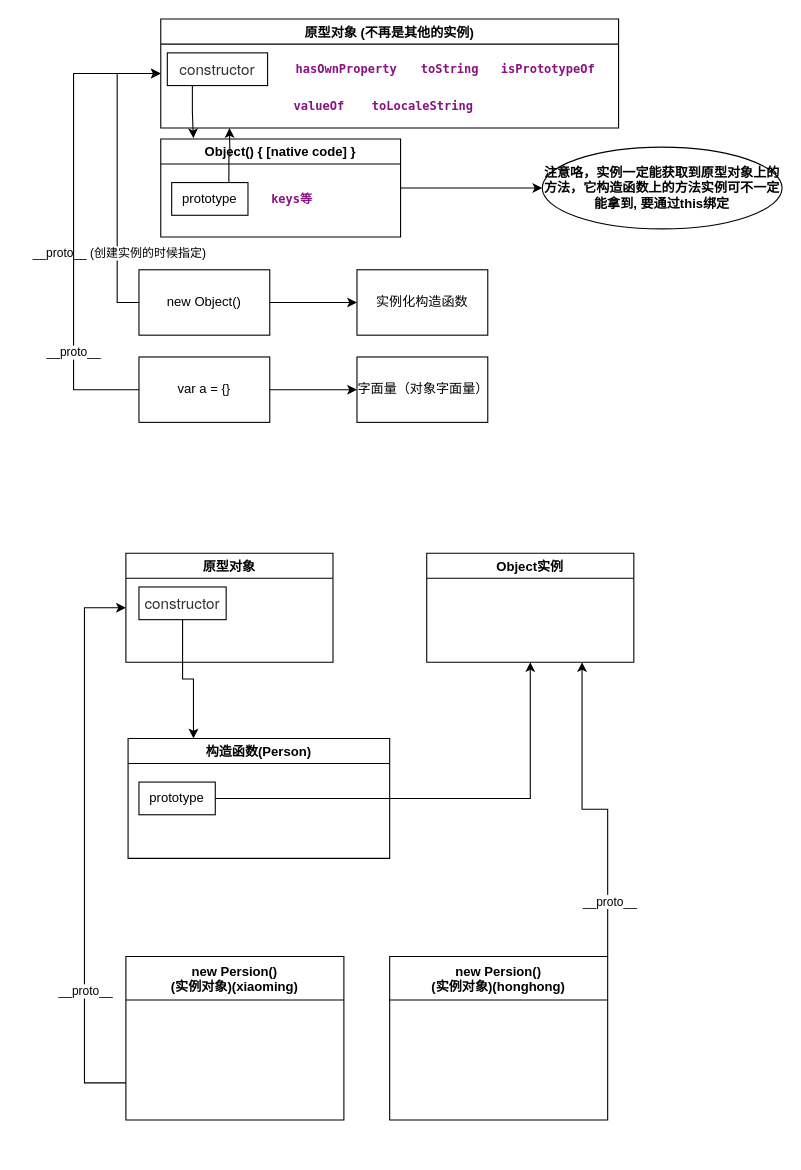
Before: page "如何理解" (4 of 4) of Untitled Diagram.drawio in clevok/static, a draw.io diagram. Source tidied: cells renumbered, new cells numbered last; positions are measured from the earlier drawing's top-left corner, leaving out a move shared by most shapes. Both pictures are drawn from the tidied source at 109%, with x=0, y=0 at pixel (73, 19).
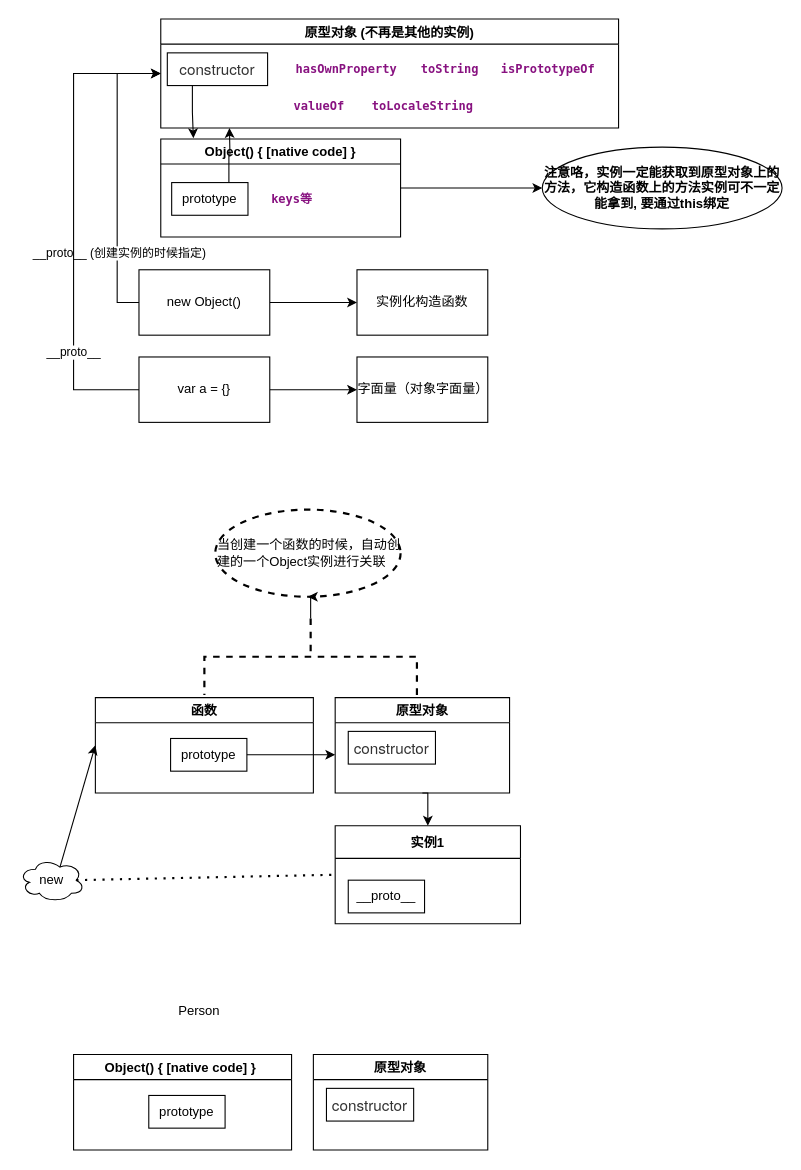
Above is the later version.

Unchanged cells that the change refers to:
```xml
<mxCell id="29" value="&lt;span style=&quot;color: rgb(51 , 51 , 51) ; font-family: &amp;#34;pingfang sc&amp;#34; , &amp;#34;microsoft yahei&amp;#34; , &amp;#34;helvetica neue&amp;#34; , &amp;#34;helvetica&amp;#34; , &amp;#34;arial&amp;#34; , sans-serif ; font-size: 14px ; background-color: rgb(255 , 255 , 255)&quot;&gt;constructor&lt;/span&gt;" style="whiteSpace=wrap;html=1;" parent="28" vertex="1">
  <mxGeometry x="12" y="31" width="80" height="30" as="geometry" />
</mxCell>
```

Change to the diagram source:
```diff
@@
-    <mxCell id="26" value="构造函数(Person)" style="swimlane;" parent="1" vertex="1">
-      <mxGeometry x="50" y="660" width="240" height="110" as="geometry" />
+    <mxCell id="26" value="函数" style="swimlane;" parent="1" vertex="1">
+      <mxGeometry x="20" y="622.5" width="200" height="87.5" as="geometry" />
     </mxCell>
     <mxCell id="27" value="prototype" style="whiteSpace=wrap;html=1;" parent="26" vertex="1">
-      <mxGeometry x="10" y="40" width="70" height="30" as="geometry" />
+      <mxGeometry x="69" y="37.5" width="70" height="30" as="geometry" />
     </mxCell>
+    <mxCell id="39" style="edgeStyle=orthogonalEdgeStyle;rounded=0;jettySize=auto;html=1;exitX=0.5;exitY=1;exitDx=0;exitDy=0;entryX=0.5;entryY=0;entryDx=0;entryDy=0;" parent="1" edge="1" source="28" target="35">
+      <mxGeometry relative="1" as="geometry" />
+    </mxCell>
     <mxCell id="28" value="原型对象" style="swimlane;" parent="1" vertex="1">
-      <mxGeometry x="48" y="490" width="190" height="100" as="geometry" />
+      <mxGeometry x="240" y="622.5" width="160" height="87.5" as="geometry" />
     </mxCell>
@@
-    <mxCell id="30" style="edgeStyle=orthogonalEdgeStyle;rounded=0;jettySize=auto;html=1;exitX=1;exitY=0.5;exitDx=0;exitDy=0;entryX=0.5;entryY=1;entryDx=0;entryDy=0;" parent="1" edge="1" source="27" target="38">
-      <mxGeometry relative="1" as="geometry" />
-    </mxCell>
-    <mxCell id="31" value="new Persion()&#10;(实例对象)(xiaoming)" style="swimlane;startSize=40;" parent="1" vertex="1">
-      <mxGeometry x="48" y="860" width="200" height="150" as="geometry" />
-    </mxCell>
-    <mxCell id="32" style="edgeStyle=orthogonalEdgeStyle;rounded=0;jettySize=auto;html=1;exitX=0.5;exitY=1;exitDx=0;exitDy=0;entryX=0.25;entryY=0;entryDx=0;entryDy=0;" parent="1" edge="1" source="29" target="26">
-      <mxGeometry relative="1" as="geometry" />
-    </mxCell>
-    <mxCell id="33" style="edgeStyle=orthogonalEdgeStyle;rounded=0;jettySize=auto;html=1;entryX=0;entryY=0.5;entryDx=0;entryDy=0;" parent="1" edge="1" target="28">
-      <mxGeometry relative="1" as="geometry">
-        <mxPoint x="48" y="976" as="sourcePoint" />
-        <Array as="points">
-          <mxPoint x="10" y="976" />
-          <mxPoint x="10" y="540" />
-        </Array>
-      </mxGeometry>
-    </mxCell>
-    <mxCell id="34" value="__proto__" style="edgeLabel;html=1;align=center;verticalAlign=middle;" parent="33" vertex="1">
-      <mxGeometry x="-0.52" relative="1" as="geometry" />
-    </mxCell>
-    <mxCell id="35" value="new Persion()&#10;(实例对象)(honghong)" style="swimlane;startSize=40;" parent="1" vertex="1">
-      <mxGeometry x="290" y="860" width="200" height="150" as="geometry" />
+    <mxCell id="35" value="实例1" style="swimlane;startSize=30;" parent="1" vertex="1">
+      <mxGeometry x="240" y="740" width="170" height="90" as="geometry" />
     </mxCell>
-    <mxCell id="36" style="edgeStyle=orthogonalEdgeStyle;rounded=0;jettySize=auto;html=1;exitX=1;exitY=0;exitDx=0;exitDy=0;entryX=0.75;entryY=1;entryDx=0;entryDy=0;" parent="1" edge="1" source="35" target="38">
-      <mxGeometry relative="1" as="geometry" />
-    </mxCell>
-    <mxCell id="37" value="__proto__" style="edgeLabel;html=1;align=center;verticalAlign=middle;" parent="36" vertex="1">
-      <mxGeometry x="-0.65" y="-1" relative="1" as="geometry" />
-    </mxCell>
-    <mxCell id="38" value="Object实例" style="swimlane;" parent="1" vertex="1">
-      <mxGeometry x="324" y="490" width="190" height="100" as="geometry" />
-    </mxCell>
+    <mxCell id="40" value="__proto__" style="whiteSpace=wrap;html=1;" parent="35" vertex="1">
+      <mxGeometry x="12" y="50" width="70" height="30" as="geometry" />
+    </mxCell>
+    <mxCell id="41" value="new" style="ellipse;shape=cloud;whiteSpace=wrap;html=1;" parent="1" vertex="1">
+      <mxGeometry x="-50" y="770" width="60" height="40" as="geometry" />
+    </mxCell>
+    <mxCell id="42" style="endArrow=classic;html=1;rounded=0;exitX=0.625;exitY=0.2;exitDx=0;exitDy=0;exitPerimeter=0;entryX=0;entryY=0.5;entryDx=0;entryDy=0;" parent="1" edge="1" source="41" target="26">
+      <mxGeometry relative="1" as="geometry" />
+    </mxCell>
+    <mxCell id="43" style="edgeStyle=orthogonalEdgeStyle;rounded=0;jettySize=auto;html=1;exitX=1;exitY=0.5;exitDx=0;exitDy=0;" parent="1" edge="1" source="27">
+      <mxGeometry relative="1" as="geometry">
+        <mxPoint x="240" y="675" as="targetPoint" />
+      </mxGeometry>
+    </mxCell>
+    <mxCell id="44" style="endArrow=none;dashed=1;html=1;dashPattern=1 3;strokeWidth=2;rounded=0;exitX=0.875;exitY=0.5;exitDx=0;exitDy=0;exitPerimeter=0;entryX=0;entryY=0.5;entryDx=0;entryDy=0;" parent="1" edge="1" source="41" target="35">
+      <mxGeometry relative="1" as="geometry" />
+    </mxCell>
+    <mxCell id="45" style="edgeStyle=orthogonalEdgeStyle;rounded=0;jettySize=auto;html=1;" parent="1" edge="1" source="46" target="47">
+      <mxGeometry relative="1" as="geometry" />
+    </mxCell>
+    <mxCell id="46" style="strokeWidth=2;html=1;shape=mxgraph.flowchart.annotation_2;align=left;labelPosition=right;dashed=1;fillColor=none;rotation=90;" parent="1" vertex="1">
+      <mxGeometry x="182.5" y="487.5" width="70" height="195" as="geometry" />
+    </mxCell>
+    <mxCell id="47" value="当创建一个函数的时候，自动创建的一个Object实例进行关联" style="ellipse;whiteSpace=wrap;html=1;align=left;fillColor=none;strokeWidth=2;dashed=1;" parent="1" vertex="1">
+      <mxGeometry x="130" y="450" width="170" height="80" as="geometry" />
+    </mxCell>
+    <mxCell id="48" value="Person" style="text;html=1;align=center;verticalAlign=middle;strokeColor=none;fillColor=none;" parent="1" vertex="1">
+      <mxGeometry x="90" y="900" width="50" height="20" as="geometry" />
+    </mxCell>
+    <mxCell id="49" value="Object() { [native code] } " style="swimlane;startSize=23;" parent="1" vertex="1">
+      <mxGeometry y="950" width="200" height="87.5" as="geometry" />
+    </mxCell>
+    <mxCell id="50" value="prototype" style="whiteSpace=wrap;html=1;" parent="49" vertex="1">
+      <mxGeometry x="69" y="37.5" width="70" height="30" as="geometry" />
+    </mxCell>
+    <mxCell id="51" value="原型对象" style="swimlane;" parent="1" vertex="1">
+      <mxGeometry x="220" y="950" width="160" height="87.5" as="geometry" />
+    </mxCell>
+    <mxCell id="52" value="&lt;span style=&quot;color: rgb(51 , 51 , 51) ; font-family: &amp;#34;pingfang sc&amp;#34; , &amp;#34;microsoft yahei&amp;#34; , &amp;#34;helvetica neue&amp;#34; , &amp;#34;helvetica&amp;#34; , &amp;#34;arial&amp;#34; , sans-serif ; font-size: 14px ; background-color: rgb(255 , 255 , 255)&quot;&gt;constructor&lt;/span&gt;" style="whiteSpace=wrap;html=1;" parent="51" vertex="1">
+      <mxGeometry x="12" y="31" width="80" height="30" as="geometry" />
+    </mxCell>
```
